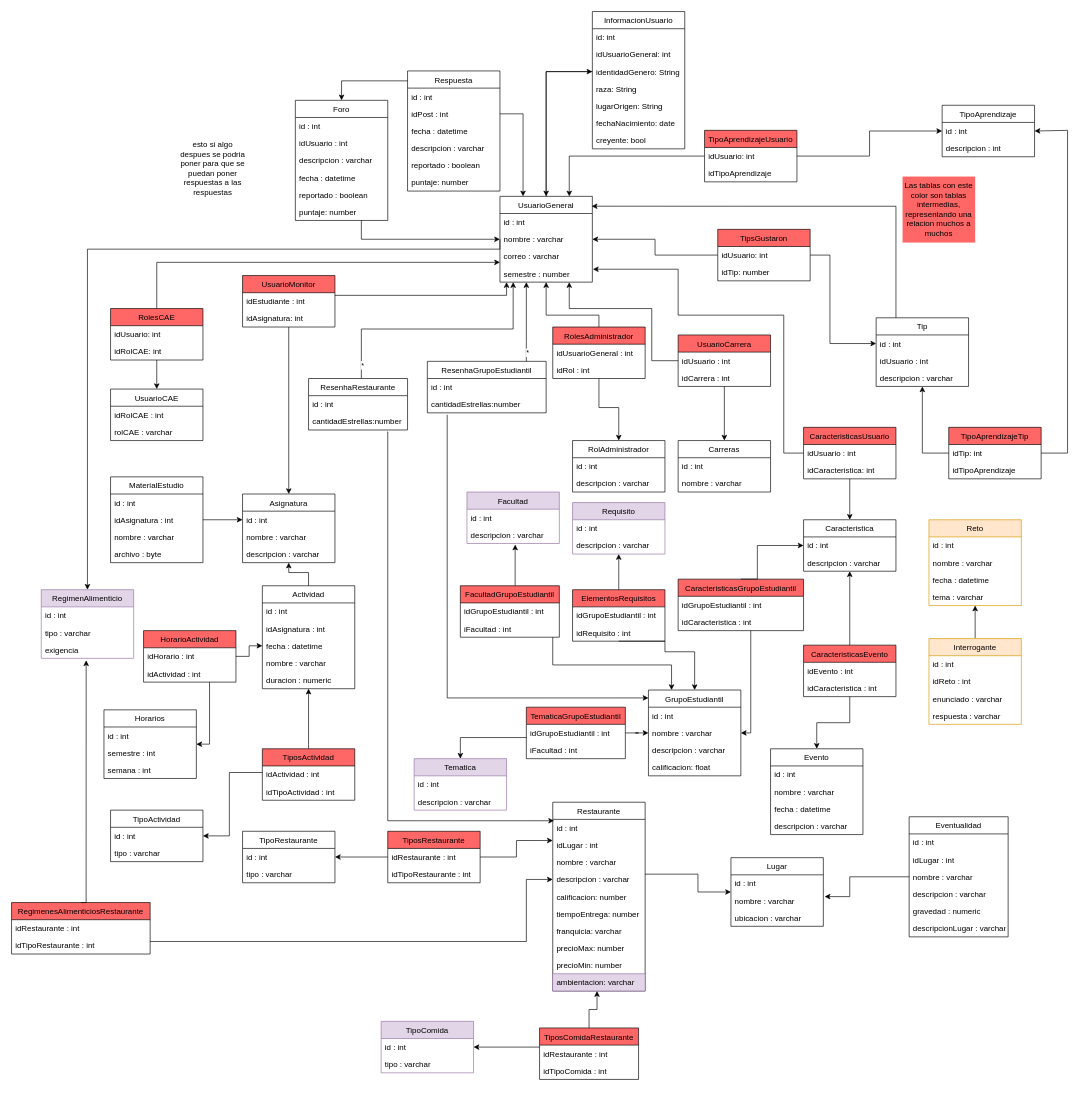
Above: diagramas/persistencia.drawio in Campus-Connect-PUJ/Campus-Connect-Back (draw.io), before the change. Source tidied: cells renumbered, new cells numbered last; positions are measured from the earlier drawing's top-left corner, leaving out a move shared by most shapes. Both pictures are drawn from the tidied source at 66%, with x=0, y=0 at pixel (11, 11).
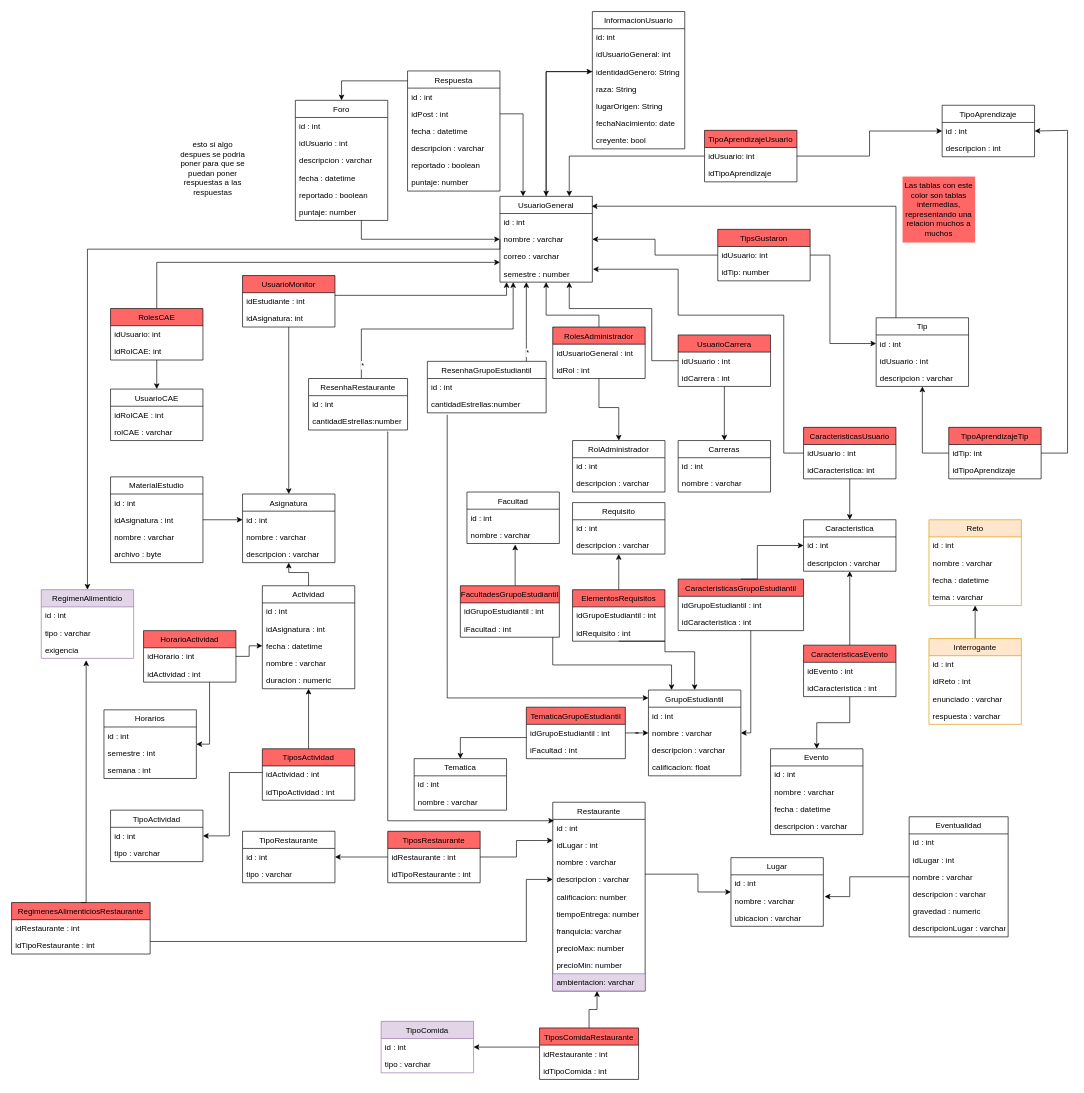
The same page after the edit.

Commit message (it also covers changes not shown here):
Creacion Facultad, Requisito y Tematica para grupos estudiantiles

Diff of the diagram source:
```diff
@@
-    <mxCell id="66" value="Requisito" style="swimlane;fontStyle=0;horizontal=1;startSize=26;fillColor=#e1d5e7;strokeColor=#9673a6;" parent="1" vertex="1">
+    <mxCell id="66" value="Requisito" style="swimlane;fontStyle=0;horizontal=1;startSize=26;" parent="1" vertex="1">
       <mxGeometry x="850" y="744" width="140" height="78" as="geometry" />
     </mxCell>
@@
-    <mxCell id="219" value="Facultad" style="swimlane;fontStyle=0;horizontal=1;startSize=26;fillColor=#e1d5e7;strokeColor=#9673a6;" parent="1" vertex="1">
+    <mxCell id="219" value="Facultad" style="swimlane;fontStyle=0;horizontal=1;startSize=26;" parent="1" vertex="1">
       <mxGeometry x="690" y="728" width="140" height="78" as="geometry" />
     </mxCell>
@@
-    <mxCell id="221" value="descripcion : varchar" style="text;strokeColor=none;fillColor=none;align=left;verticalAlign=top;spacingLeft=4;spacingRight=4;overflow=hidden;points=[[0,0.5],[1,0.5]];portConstraint=eastwest;" parent="219" vertex="1">
+    <mxCell id="221" value="nombre : varchar" style="text;strokeColor=none;fillColor=none;align=left;verticalAlign=top;spacingLeft=4;spacingRight=4;overflow=hidden;points=[[0,0.5],[1,0.5]];portConstraint=eastwest;" parent="219" vertex="1">
       <mxGeometry y="52" width="140" height="26" as="geometry" />
     </mxCell>
@@
-    <mxCell id="224" value="FacultadGrupoEstudiantil" style="swimlane;fontStyle=0;horizontal=1;startSize=26;fillColor=#FF6666;" parent="1" vertex="1">
+    <mxCell id="224" value="FacultadesGrupoEstudiantil" style="swimlane;fontStyle=0;horizontal=1;startSize=26;fillColor=#FF6666;" parent="1" vertex="1">
       <mxGeometry x="680" y="870" width="150" height="78" as="geometry" />
     </mxCell>
@@
-    <mxCell id="227" value="Tematica" style="swimlane;fontStyle=0;horizontal=1;startSize=26;fillColor=#e1d5e7;strokeColor=#9673a6;" parent="1" vertex="1">
+    <mxCell id="227" value="Tematica" style="swimlane;fontStyle=0;horizontal=1;startSize=26;" parent="1" vertex="1">
       <mxGeometry x="610" y="1132" width="140" height="78" as="geometry" />
     </mxCell>
@@
-    <mxCell id="229" value="descripcion : varchar" style="text;strokeColor=none;fillColor=none;align=left;verticalAlign=top;spacingLeft=4;spacingRight=4;overflow=hidden;" parent="227" vertex="1">
+    <mxCell id="229" value="nombre : varchar" style="text;strokeColor=none;fillColor=none;align=left;verticalAlign=top;spacingLeft=4;spacingRight=4;overflow=hidden;" parent="227" vertex="1">
       <mxGeometry y="52" width="140" height="26" as="geometry" />
     </mxCell>
```
